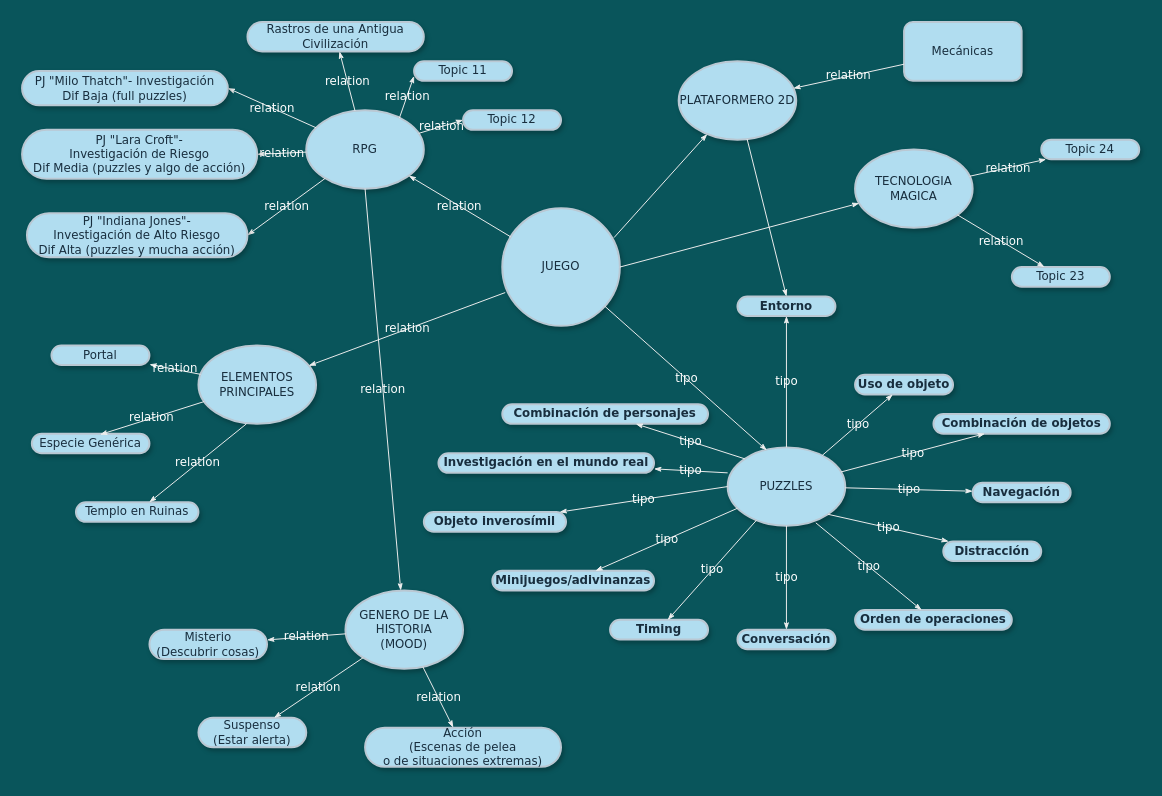
This is page "Page-1" (1 of 2) of mental_map_worldbuilding.drawio from aixairupe/DiagramasRPG, a draw.io file, before an edit. Source tidied: cells renumbered, new cells numbered last; positions are measured from the earlier drawing's top-left corner, leaving out a move shared by most shapes. Both pictures are drawn from the tidied source at 98%, with x=0, y=0 at pixel (22, 22).
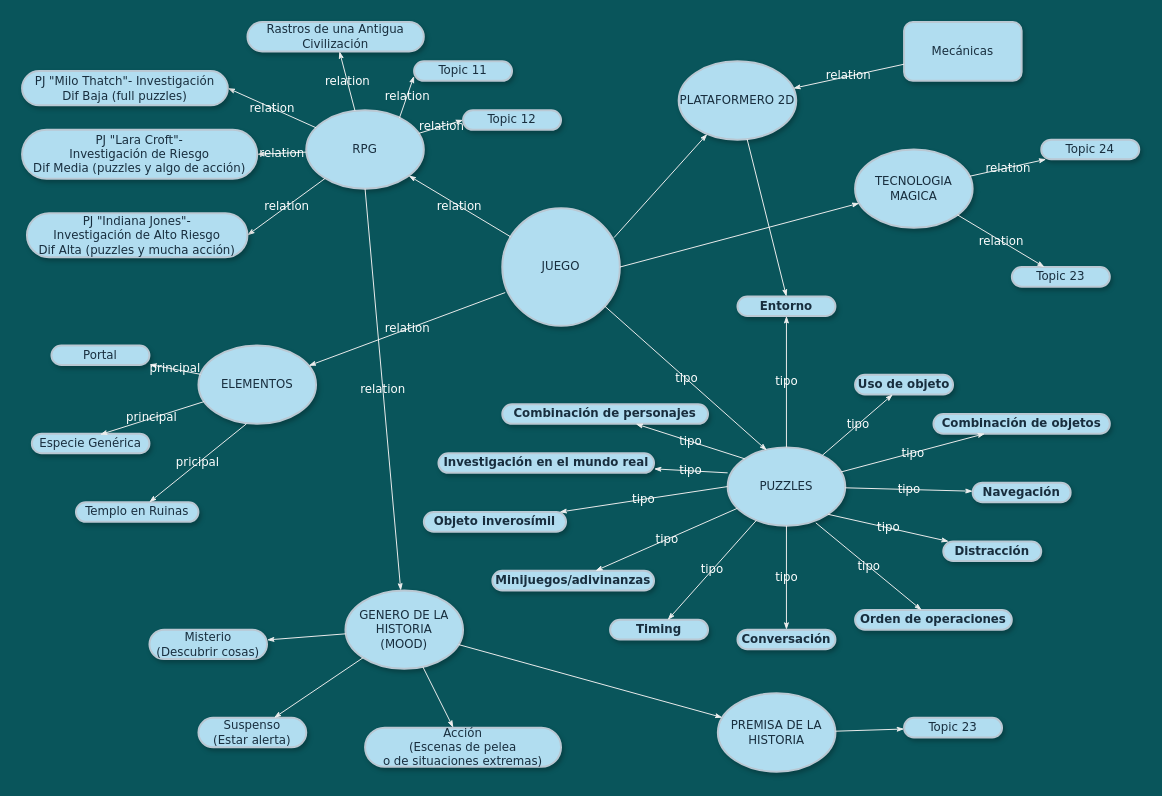
After the change.

Unchanged cells that the change refers to:
```xml
<mxCell id="6" value="GENERO DE LA HISTORIA&lt;br&gt;(MOOD)" style="ellipse;whiteSpace=wrap;html=1;rounded=1;shadow=1;comic=0;labelBackgroundColor=none;strokeWidth=2;fontFamily=Verdana;fontSize=12;align=center;fillColor=#B1DDF0;strokeColor=#BAC8D3;fontColor=#182E3E;" parent="1" vertex="1">
  <mxGeometry x="330" y="580" width="120" height="80" as="geometry" />
</mxCell>
<mxCell id="9" value="Suspenso&lt;br&gt;(Estar alerta)" style="whiteSpace=wrap;html=1;rounded=1;shadow=1;comic=0;labelBackgroundColor=none;strokeWidth=2;fontFamily=Verdana;fontSize=12;align=center;arcSize=50;fillColor=#B1DDF0;strokeColor=#BAC8D3;fontColor=#182E3E;" parent="1" vertex="1">
  <mxGeometry x="180" y="710" width="110" height="30" as="geometry" />
</mxCell>
<mxCell id="10" value="Acción&lt;br&gt;(Escenas de pelea&lt;br&gt;o de situaciones extremas)" style="whiteSpace=wrap;html=1;rounded=1;shadow=1;comic=0;labelBackgroundColor=none;strokeWidth=2;fontFamily=Verdana;fontSize=12;align=center;arcSize=50;fillColor=#B1DDF0;strokeColor=#BAC8D3;fontColor=#182E3E;" parent="1" vertex="1">
  <mxGeometry x="350" y="720" width="200" height="40" as="geometry" />
</mxCell>
<mxCell id="17" value="Misterio&lt;br&gt;(Descubrir cosas)" style="whiteSpace=wrap;html=1;rounded=1;shadow=1;comic=0;labelBackgroundColor=none;strokeWidth=2;fontFamily=Verdana;fontSize=12;align=center;arcSize=50;fillColor=#B1DDF0;strokeColor=#BAC8D3;fontColor=#182E3E;" parent="1" vertex="1">
  <mxGeometry x="130" y="620" width="120" height="30" as="geometry" />
</mxCell>
<mxCell id="41" value="&lt;div&gt;Portal&lt;/div&gt;" style="whiteSpace=wrap;html=1;rounded=1;shadow=1;comic=0;labelBackgroundColor=none;strokeWidth=2;fontFamily=Verdana;fontSize=12;align=center;arcSize=50;fillColor=#B1DDF0;strokeColor=#BAC8D3;fontColor=#182E3E;" parent="1" vertex="1">
  <mxGeometry x="30" y="330" width="100" height="20" as="geometry" />
</mxCell>
<mxCell id="49" value="Templo en Ruinas" style="whiteSpace=wrap;html=1;rounded=1;shadow=1;comic=0;labelBackgroundColor=none;strokeWidth=2;fontFamily=Verdana;fontSize=12;align=center;arcSize=50;fillColor=#B1DDF0;strokeColor=#BAC8D3;fontColor=#182E3E;" parent="1" vertex="1">
  <mxGeometry x="55" y="490" width="125" height="20" as="geometry" />
</mxCell>
<mxCell id="51" value="Especie Genérica" style="whiteSpace=wrap;html=1;rounded=1;shadow=1;comic=0;labelBackgroundColor=none;strokeWidth=2;fontFamily=Verdana;fontSize=12;align=center;arcSize=50;fillColor=#B1DDF0;strokeColor=#BAC8D3;fontColor=#182E3E;" parent="1" vertex="1">
  <mxGeometry x="10" y="420" width="120" height="20" as="geometry" />
</mxCell>
```

Diff of the diagram source:
```diff
@@
-    <mxCell id="7" value="ELEMENTOS PRINCIPALES" style="ellipse;whiteSpace=wrap;html=1;rounded=1;shadow=1;comic=0;labelBackgroundColor=none;strokeWidth=2;fontFamily=Verdana;fontSize=12;align=center;fillColor=#B1DDF0;strokeColor=#BAC8D3;fontColor=#182E3E;" parent="1" vertex="1">
+    <mxCell id="7" value="ELEMENTOS" style="ellipse;whiteSpace=wrap;html=1;rounded=1;shadow=1;comic=0;labelBackgroundColor=none;strokeWidth=2;fontFamily=Verdana;fontSize=12;align=center;fillColor=#B1DDF0;strokeColor=#BAC8D3;fontColor=#182E3E;" parent="1" vertex="1">
       <mxGeometry x="180" y="330" width="120" height="80" as="geometry" />
     </mxCell>
@@
-    <mxCell id="26" value="relation" style="edgeStyle=none;rounded=1;html=1;labelBackgroundColor=none;startArrow=none;startFill=0;startSize=5;endArrow=classicThin;endFill=1;endSize=5;jettySize=auto;strokeColor=#EEEEEE;strokeWidth=1;fontFamily=Verdana;fontSize=12;fontColor=#FFFFFF;" parent="1" edge="1" source="6" target="10">
+    <mxCell id="26" style="edgeStyle=none;rounded=1;html=1;labelBackgroundColor=none;startArrow=none;startFill=0;startSize=5;endArrow=classicThin;endFill=1;endSize=5;jettySize=auto;strokeColor=#EEEEEE;strokeWidth=1;fontFamily=Verdana;fontSize=12;fontColor=#FFFFFF;" parent="1" edge="1" source="6" target="10">
       <mxGeometry relative="1" as="geometry" />
     </mxCell>
-    <mxCell id="27" value="relation" style="edgeStyle=none;rounded=1;html=1;labelBackgroundColor=none;startArrow=none;startFill=0;startSize=5;endArrow=classicThin;endFill=1;endSize=5;jettySize=auto;strokeColor=#EEEEEE;strokeWidth=1;fontFamily=Verdana;fontSize=12;fontColor=#FFFFFF;" parent="1" edge="1" source="6" target="9">
+    <mxCell id="27" style="edgeStyle=none;rounded=1;html=1;labelBackgroundColor=none;startArrow=none;startFill=0;startSize=5;endArrow=classicThin;endFill=1;endSize=5;jettySize=auto;strokeColor=#EEEEEE;strokeWidth=1;fontFamily=Verdana;fontSize=12;fontColor=#FFFFFF;" parent="1" edge="1" source="6" target="9">
       <mxGeometry relative="1" as="geometry" />
     </mxCell>
-    <mxCell id="28" value="relation" style="edgeStyle=none;rounded=1;html=1;labelBackgroundColor=none;startArrow=none;startFill=0;startSize=5;endArrow=classicThin;endFill=1;endSize=5;jettySize=auto;strokeColor=#EEEEEE;strokeWidth=1;fontFamily=Verdana;fontSize=12;fontColor=#FFFFFF;" parent="1" edge="1" source="6" target="17">
+    <mxCell id="28" style="edgeStyle=none;rounded=1;html=1;labelBackgroundColor=none;startArrow=none;startFill=0;startSize=5;endArrow=classicThin;endFill=1;endSize=5;jettySize=auto;strokeColor=#EEEEEE;strokeWidth=1;fontFamily=Verdana;fontSize=12;fontColor=#FFFFFF;" parent="1" edge="1" source="6" target="17">
       <mxGeometry relative="1" as="geometry" />
     </mxCell>
@@
-    <mxCell id="48" value="relation" style="edgeStyle=none;rounded=1;html=1;labelBackgroundColor=none;startArrow=none;startFill=0;startSize=5;endArrow=classicThin;endFill=1;endSize=5;jettySize=auto;strokeColor=#EEEEEE;strokeWidth=1;fontFamily=Verdana;fontSize=12;fontColor=#FFFFFF;" parent="1" edge="1" source="7" target="41">
+    <mxCell id="48" value="principal" style="edgeStyle=none;rounded=1;html=1;labelBackgroundColor=none;startArrow=none;startFill=0;startSize=5;endArrow=classicThin;endFill=1;endSize=5;jettySize=auto;strokeColor=#EEEEEE;strokeWidth=1;fontFamily=Verdana;fontSize=12;fontColor=#FFFFFF;" parent="1" edge="1" source="7" target="41">
       <mxGeometry relative="1" as="geometry" />
     </mxCell>
@@
-    <mxCell id="50" value="relation" style="edgeStyle=none;rounded=1;html=1;labelBackgroundColor=none;startArrow=none;startFill=0;startSize=5;endArrow=classicThin;endFill=1;endSize=5;jettySize=auto;strokeColor=#EEEEEE;strokeWidth=1;fontFamily=Verdana;fontSize=12;fontColor=#FFFFFF;exitX=0.408;exitY=1;exitDx=0;exitDy=0;exitPerimeter=0;" parent="1" edge="1" source="7" target="49">
+    <mxCell id="50" value="pricipal" style="edgeStyle=none;rounded=1;html=1;labelBackgroundColor=none;startArrow=none;startFill=0;startSize=5;endArrow=classicThin;endFill=1;endSize=5;jettySize=auto;strokeColor=#EEEEEE;strokeWidth=1;fontFamily=Verdana;fontSize=12;fontColor=#FFFFFF;exitX=0.408;exitY=1;exitDx=0;exitDy=0;exitPerimeter=0;" parent="1" edge="1" source="7" target="49">
       <mxGeometry relative="1" as="geometry" />
     </mxCell>
@@
-    <mxCell id="52" value="relation" style="edgeStyle=none;rounded=1;html=1;labelBackgroundColor=none;startArrow=none;startFill=0;startSize=5;endArrow=classicThin;endFill=1;endSize=5;jettySize=auto;strokeColor=#EEEEEE;strokeWidth=1;fontFamily=Verdana;fontSize=12;fontColor=#FFFFFF;entryX=0.58;entryY=0.05;entryDx=0;entryDy=0;entryPerimeter=0;" parent="1" edge="1" source="7" target="51">
+    <mxCell id="52" value="principal" style="edgeStyle=none;rounded=1;html=1;labelBackgroundColor=none;startArrow=none;startFill=0;startSize=5;endArrow=classicThin;endFill=1;endSize=5;jettySize=auto;strokeColor=#EEEEEE;strokeWidth=1;fontFamily=Verdana;fontSize=12;fontColor=#FFFFFF;entryX=0.58;entryY=0.05;entryDx=0;entryDy=0;entryPerimeter=0;" parent="1" edge="1" source="7" target="51">
       <mxGeometry relative="1" as="geometry" />
     </mxCell>
@@
+    <mxCell id="70" value="PREMISA DE LA HISTORIA" style="ellipse;whiteSpace=wrap;html=1;rounded=1;shadow=1;comic=0;labelBackgroundColor=none;strokeWidth=2;fontFamily=Verdana;fontSize=12;align=center;fillColor=#B1DDF0;strokeColor=#BAC8D3;fontColor=#182E3E;" parent="1" vertex="1">
+      <mxGeometry x="710" y="685" width="120" height="80" as="geometry" />
+    </mxCell>
+    <mxCell id="71" value="&lt;span&gt;Topic 23&lt;/span&gt;" style="whiteSpace=wrap;html=1;rounded=1;shadow=1;comic=0;labelBackgroundColor=none;strokeWidth=2;fontFamily=Verdana;fontSize=12;align=center;arcSize=50;fillColor=#B1DDF0;strokeColor=#BAC8D3;fontColor=#182E3E;" parent="1" vertex="1">
+      <mxGeometry x="900" y="710" width="100" height="20" as="geometry" />
+    </mxCell>
+    <mxCell id="72" style="edgeStyle=none;rounded=1;html=1;labelBackgroundColor=none;startArrow=none;startFill=0;startSize=5;endArrow=classicThin;endFill=1;endSize=5;jettySize=auto;strokeColor=#EEEEEE;strokeWidth=1;fontFamily=Verdana;fontSize=12;fontColor=#FFFFFF;" parent="1" edge="1" source="70" target="71">
+      <mxGeometry relative="1" as="geometry" />
+    </mxCell>
+    <mxCell id="73" style="edgeStyle=none;rounded=1;html=1;labelBackgroundColor=none;startArrow=none;startFill=0;startSize=5;endArrow=classicThin;endFill=1;endSize=5;jettySize=auto;strokeColor=#EEEEEE;strokeWidth=1;fontFamily=Verdana;fontSize=12;fontColor=#FFFFFF;" parent="1" edge="1" source="6" target="70">
+      <mxGeometry relative="1" as="geometry" />
+    </mxCell>
```
